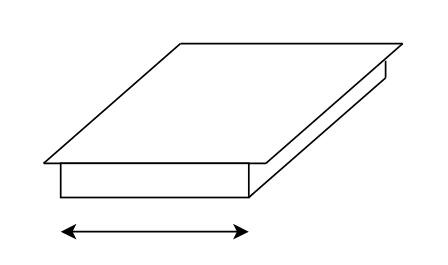
Before: assets/3d/case/measurements.drawio in sandreas/rust-slint-riscv64-musl-demo, a draw.io diagram. Source tidied: cells renumbered, new cells numbered last; positions are measured from the earlier drawing's top-left corner, leaving out a move shared by most shapes. Both pictures are drawn from the tidied source at 171%, with x=0, y=0 at pixel (43, 43).
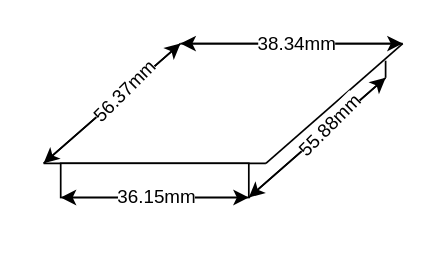
Above is the later version.

Change to the diagram source:
```diff
@@
     <mxCell id="9" style="endArrow=classic;startArrow=classic;html=1;rounded=0;" parent="1" edge="1">
       <mxGeometry relative="1" as="geometry">
-        <mxPoint x="10" y="110" as="sourcePoint" />
-        <mxPoint x="120" y="110" as="targetPoint" />
+        <mxPoint x="10" y="90" as="sourcePoint" />
+        <mxPoint x="120" y="90" as="targetPoint" />
       </mxGeometry>
     </mxCell>
+    <mxCell id="10" value="&lt;div&gt;36.15mm&lt;/div&gt;" style="edgeLabel;html=1;align=center;verticalAlign=middle;" parent="9" vertex="1">
+      <mxGeometry x="0.18" y="1" relative="1" as="geometry">
+        <mxPoint x="-10" as="offset" />
+      </mxGeometry>
+    </mxCell>
+    <mxCell id="11" style="endArrow=classic;startArrow=classic;html=1;rounded=0;" parent="1" edge="1">
+      <mxGeometry relative="1" as="geometry">
+        <mxPoint x="120" y="90" as="sourcePoint" />
+        <mxPoint x="200" y="20" as="targetPoint" />
+      </mxGeometry>
+    </mxCell>
+    <mxCell id="12" value="&lt;div&gt;55.88mm&lt;/div&gt;" style="edgeLabel;html=1;align=center;verticalAlign=middle;rotation=-45;" parent="11" vertex="1">
+      <mxGeometry x="0.18" y="1" relative="1" as="geometry" />
+    </mxCell>
+    <mxCell id="13" style="endArrow=classic;startArrow=classic;html=1;rounded=0;" parent="1" edge="1">
+      <mxGeometry relative="1" as="geometry">
+        <mxPoint x="80" as="sourcePoint" />
+        <mxPoint x="210" as="targetPoint" />
+      </mxGeometry>
+    </mxCell>
+    <mxCell id="14" value="&lt;div&gt;38.34mm&lt;/div&gt;" style="edgeLabel;html=1;align=center;verticalAlign=middle;" parent="13" vertex="1">
+      <mxGeometry x="0.18" y="1" relative="1" as="geometry">
+        <mxPoint x="-10" as="offset" />
+      </mxGeometry>
+    </mxCell>
+    <mxCell id="15" style="endArrow=classic;startArrow=classic;html=1;rounded=0;" parent="1" edge="1">
+      <mxGeometry relative="1" as="geometry">
+        <mxPoint y="70" as="sourcePoint" />
+        <mxPoint x="80" as="targetPoint" />
+      </mxGeometry>
+    </mxCell>
+    <mxCell id="16" value="&lt;div&gt;56.37mm&lt;/div&gt;" style="edgeLabel;html=1;align=center;verticalAlign=middle;rotation=-45;" parent="15" vertex="1">
+      <mxGeometry x="0.18" y="1" relative="1" as="geometry" />
+    </mxCell>
```
